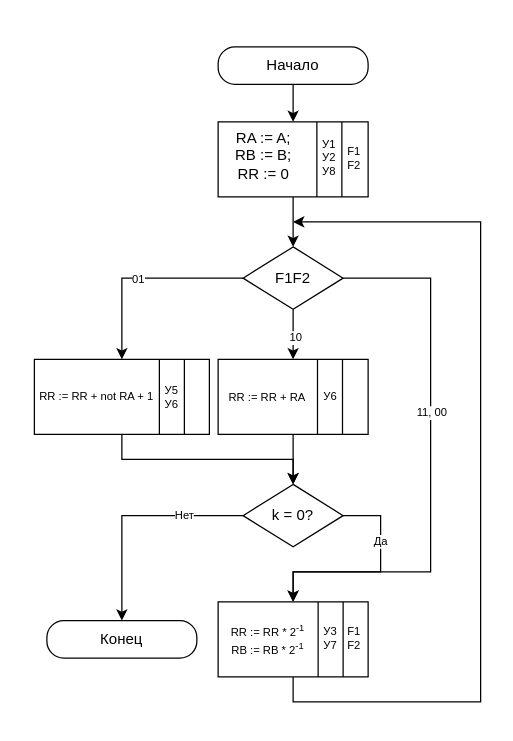
Before: draw.io/microOpDiagram.drawio in meyakovenkoj/processor-coursework, a draw.io diagram. Source tidied: cells renumbered, new cells numbered last; positions are measured from the earlier drawing's top-left corner, leaving out a move shared by most shapes. Both pictures are drawn from the tidied source at 125%, with x=0, y=0 at pixel (21, 46).
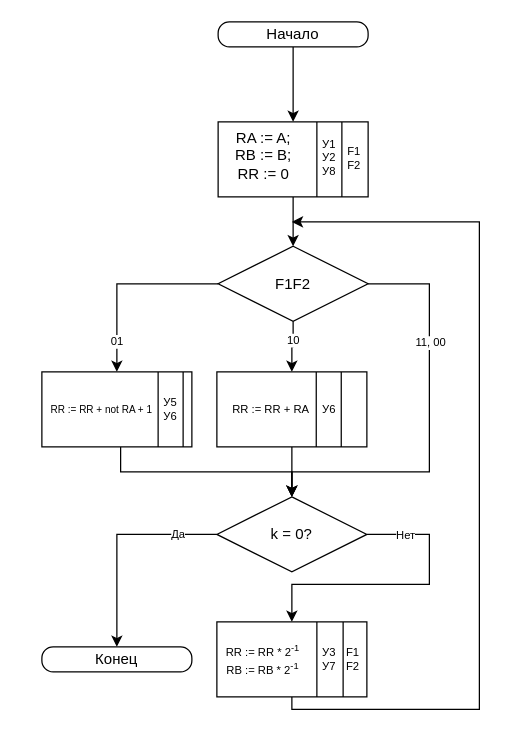
After the change.

The change refers to these unchanged cells:
```xml
<mxCell id="2" style="edgeStyle=orthogonalEdgeStyle;rounded=0;jettySize=auto;html=1;exitX=0;exitY=0.5;exitDx=0;exitDy=0;entryX=0.5;entryY=0;entryDx=0;entryDy=0;fontSize=9;" parent="1" edge="1" source="6" target="24">
  <mxGeometry relative="1" as="geometry" />
</mxCell>
<mxCell id="11" style="edgeStyle=orthogonalEdgeStyle;rounded=0;jettySize=auto;html=1;entryX=0.5;entryY=0;entryDx=0;entryDy=0;fontSize=9;" parent="1" edge="1" source="17" target="19">
  <mxGeometry relative="1" as="geometry" />
</mxCell>
<mxCell id="13" style="edgeStyle=orthogonalEdgeStyle;rounded=0;jettySize=auto;html=1;exitX=0.5;exitY=1;exitDx=0;exitDy=0;entryX=0.5;entryY=0;entryDx=0;entryDy=0;fontSize=9;" parent="1" edge="1" source="17" target="21">
  <mxGeometry relative="1" as="geometry" />
</mxCell>
```

Change to the diagram source:
```diff
@@
-    <mxCell id="3" value="Нет" style="text;html=1;align=center;verticalAlign=middle;labelBackgroundColor=#ffffff;fontSize=9;" parent="2" vertex="1">
+    <mxCell id="3" value="Да" style="text;html=1;align=center;verticalAlign=middle;labelBackgroundColor=#ffffff;fontSize=9;" parent="2" vertex="1">
       <mxGeometry x="-0.41" y="-1" relative="1" as="geometry">
-        <mxPoint x="5" as="offset" />
+        <mxPoint x="18.5" y="0.5" as="offset" />
       </mxGeometry>
     </mxCell>
     <mxCell id="4" style="edgeStyle=orthogonalEdgeStyle;rounded=0;jettySize=auto;html=1;exitX=1;exitY=0.5;exitDx=0;exitDy=0;entryX=0.5;entryY=0;entryDx=0;entryDy=0;fontSize=9;" parent="1" edge="1" source="6" target="23">
       <mxGeometry relative="1" as="geometry">
         <Array as="points">
-          <mxPoint x="287" y="375" />
-          <mxPoint x="287" y="420" />
-          <mxPoint x="217" y="420" />
+          <mxPoint x="326" y="390" />
+          <mxPoint x="326" y="430" />
+          <mxPoint x="216" y="430" />
         </Array>
       </mxGeometry>
     </mxCell>
-    <mxCell id="5" value="Да" style="text;html=1;align=center;verticalAlign=middle;labelBackgroundColor=#ffffff;fontSize=9;" parent="4" vertex="1">
-      <mxGeometry x="-0.41" y="-1" relative="1" as="geometry" />
+    <mxCell id="5" value="Нет" style="text;html=1;align=center;verticalAlign=middle;labelBackgroundColor=#ffffff;fontSize=9;" parent="4" vertex="1">
+      <mxGeometry x="-0.41" y="-1" relative="1" as="geometry">
+        <mxPoint x="-18.5" y="-18" as="offset" />
+      </mxGeometry>
     </mxCell>
     <mxCell id="6" style="rhombus;whiteSpace=wrap;html=1;" parent="1" vertex="1">
-      <mxGeometry x="177" y="350" width="80" height="50" as="geometry" />
+      <mxGeometry x="156" y="360" width="120" height="60" as="geometry" />
     </mxCell>
@@
     <mxCell id="8" value="Начало" style="rounded=1;whiteSpace=wrap;html=1;imageHeight=24;arcSize=45;" parent="1" vertex="1">
-      <mxGeometry x="157" width="120" height="30" as="geometry" />
+      <mxGeometry x="157" y="-20" width="120" height="20" as="geometry" />
     </mxCell>
@@
     <mxCell id="12" value="01" style="text;html=1;align=center;verticalAlign=middle;labelBackgroundColor=#ffffff;fontSize=9;" parent="11" vertex="1">
       <mxGeometry x="-0.25" relative="1" as="geometry">
-        <mxPoint x="-24" as="offset" />
+        <mxPoint x="-24.5" y="45.5" as="offset" />
       </mxGeometry>
     </mxCell>
@@
     <mxCell id="14" value="10" style="text;html=1;align=center;verticalAlign=middle;labelBackgroundColor=#ffffff;fontSize=9;" parent="13" vertex="1">
-      <mxGeometry x="0.08" y="1" relative="1" as="geometry" />
+      <mxGeometry x="0.08" y="1" relative="1" as="geometry">
+        <mxPoint x="-1" y="-6" as="offset" />
+      </mxGeometry>
     </mxCell>
-    <mxCell id="15" style="edgeStyle=orthogonalEdgeStyle;rounded=0;jettySize=auto;html=1;exitX=1;exitY=0.5;exitDx=0;exitDy=0;entryX=0.5;entryY=0;entryDx=0;entryDy=0;fontSize=9;" parent="1" edge="1" source="17" target="23">
+    <mxCell id="15" style="edgeStyle=orthogonalEdgeStyle;rounded=0;jettySize=auto;html=1;exitX=1;exitY=0.5;exitDx=0;exitDy=0;entryX=0.5;entryY=0;entryDx=0;entryDy=0;fontSize=9;" parent="1" edge="1" source="17" target="6">
       <mxGeometry relative="1" as="geometry">
         <Array as="points">
-          <mxPoint x="327" y="185" />
-          <mxPoint x="327" y="420" />
-          <mxPoint x="217" y="420" />
+          <mxPoint x="326" y="190" />
+          <mxPoint x="326" y="340" />
+          <mxPoint x="216" y="340" />
         </Array>
       </mxGeometry>
     </mxCell>
     <mxCell id="16" value="11, 00" style="text;html=1;align=center;verticalAlign=middle;labelBackgroundColor=#ffffff;fontSize=9;" parent="15" vertex="1">
       <mxGeometry x="-0.4" y="-45" relative="1" as="geometry">
-        <mxPoint x="45" y="45" as="offset" />
+        <mxPoint x="45.5" y="-3.5" as="offset" />
       </mxGeometry>
     </mxCell>
     <mxCell id="17" style="rhombus;whiteSpace=wrap;html=1;" parent="1" vertex="1">
-      <mxGeometry x="177" y="160" width="80" height="50" as="geometry" />
+      <mxGeometry x="157" y="159.5" width="120" height="60" as="geometry" />
     </mxCell>
-    <mxCell id="18" style="edgeStyle=orthogonalEdgeStyle;rounded=0;jettySize=auto;html=1;entryX=0.5;entryY=0;entryDx=0;entryDy=0;fontSize=9;" parent="1" edge="1" source="19" target="6">
+    <mxCell id="18" style="edgeStyle=orthogonalEdgeStyle;rounded=0;jettySize=auto;html=1;fontSize=9;" parent="1" edge="1" source="19" target="6">
       <mxGeometry relative="1" as="geometry">
         <Array as="points">
-          <mxPoint x="80" y="330" />
-          <mxPoint x="217" y="330" />
+          <mxPoint x="79" y="340" />
+          <mxPoint x="216" y="340" />
         </Array>
       </mxGeometry>
     </mxCell>
     <mxCell id="19" style="rounded=0;whiteSpace=wrap;html=1;" parent="1" vertex="1">
-      <mxGeometry x="10" y="250" width="140" height="60" as="geometry" />
+      <mxGeometry x="16" y="260" width="120" height="60" as="geometry" />
     </mxCell>
-    <mxCell id="20" style="edgeStyle=orthogonalEdgeStyle;rounded=0;jettySize=auto;html=1;fontSize=9;" parent="1" edge="1" source="21">
-      <mxGeometry relative="1" as="geometry">
-        <mxPoint x="217" y="350" as="targetPoint" />
-      </mxGeometry>
+    <mxCell id="20" style="edgeStyle=orthogonalEdgeStyle;rounded=0;jettySize=auto;html=1;fontSize=9;" parent="1" edge="1" source="21" target="6">
+      <mxGeometry relative="1" as="geometry" />
     </mxCell>
     <mxCell id="21" style="rounded=0;whiteSpace=wrap;html=1;" parent="1" vertex="1">
-      <mxGeometry x="157" y="250" width="120" height="60" as="geometry" />
+      <mxGeometry x="156" y="260" width="120" height="60" as="geometry" />
     </mxCell>
-    <mxCell id="22" style="edgeStyle=orthogonalEdgeStyle;rounded=0;jettySize=auto;html=1;exitX=0.5;exitY=1;exitDx=0;exitDy=0;fontSize=9;" parent="1" edge="1" source="23">
+    <mxCell id="22" style="edgeStyle=orthogonalEdgeStyle;rounded=0;jettySize=auto;html=1;fontSize=9;" parent="1" edge="1" source="23">
       <mxGeometry relative="1" as="geometry">
-        <mxPoint x="217" y="140" as="targetPoint" />
+        <mxPoint x="216" y="140" as="targetPoint" />
         <Array as="points">
-          <mxPoint x="217" y="524" />
-          <mxPoint x="367" y="524" />
-          <mxPoint x="367" y="140" />
+          <mxPoint x="216" y="530" />
+          <mxPoint x="366" y="530" />
+          <mxPoint x="366" y="140" />
         </Array>
       </mxGeometry>
     </mxCell>
     <mxCell id="23" style="rounded=0;whiteSpace=wrap;html=1;" parent="1" vertex="1">
-      <mxGeometry x="157" y="444" width="120" height="60" as="geometry" />
+      <mxGeometry x="156" y="460" width="120" height="60" as="geometry" />
     </mxCell>
     <mxCell id="24" value="Конец" style="rounded=1;whiteSpace=wrap;html=1;arcSize=45;" parent="1" vertex="1">
-      <mxGeometry x="20" y="459" width="120" height="30" as="geometry" />
+      <mxGeometry x="16" y="480" width="120" height="20" as="geometry" />
     </mxCell>
     <mxCell id="25" style="endArrow=none;html=1;exitX=0.583;exitY=1;exitDx=0;exitDy=0;exitPerimeter=0;" parent="1" edge="1">
       <mxGeometry relative="1" as="geometry">
-        <mxPoint x="110" y="310" as="sourcePoint" />
-        <mxPoint x="110" y="250" as="targetPoint" />
+        <mxPoint x="109" y="320" as="sourcePoint" />
+        <mxPoint x="109" y="260" as="targetPoint" />
       </mxGeometry>
     </mxCell>
     <mxCell id="26" style="endArrow=none;html=1;exitX=0.583;exitY=1;exitDx=0;exitDy=0;exitPerimeter=0;" parent="1" edge="1">
       <mxGeometry relative="1" as="geometry">
-        <mxPoint x="130" y="310" as="sourcePoint" />
-        <mxPoint x="130" y="250" as="targetPoint" />
+        <mxPoint x="129" y="320" as="sourcePoint" />
+        <mxPoint x="129" y="260" as="targetPoint" />
       </mxGeometry>
     </mxCell>
     <mxCell id="27" style="endArrow=none;html=1;exitX=0.583;exitY=1;exitDx=0;exitDy=0;exitPerimeter=0;" parent="1" edge="1">
       <mxGeometry relative="1" as="geometry">
-        <mxPoint x="236.5" y="310" as="sourcePoint" />
-        <mxPoint x="236.5" y="250" as="targetPoint" />
+        <mxPoint x="235.5" y="320" as="sourcePoint" />
+        <mxPoint x="235.5" y="260" as="targetPoint" />
       </mxGeometry>
     </mxCell>
     <mxCell id="28" style="endArrow=none;html=1;exitX=0.583;exitY=1;exitDx=0;exitDy=0;exitPerimeter=0;" parent="1" edge="1">
       <mxGeometry relative="1" as="geometry">
-        <mxPoint x="256.5" y="310" as="sourcePoint" />
-        <mxPoint x="256.5" y="250" as="targetPoint" />
+        <mxPoint x="255.5" y="320" as="sourcePoint" />
+        <mxPoint x="255.5" y="260" as="targetPoint" />
       </mxGeometry>
     </mxCell>
     <mxCell id="29" style="endArrow=none;html=1;exitX=0.583;exitY=1;exitDx=0;exitDy=0;exitPerimeter=0;" parent="1" edge="1">
       <mxGeometry relative="1" as="geometry">
-        <mxPoint x="237" y="504" as="sourcePoint" />
-        <mxPoint x="237" y="444" as="targetPoint" />
+        <mxPoint x="236" y="520" as="sourcePoint" />
+        <mxPoint x="236" y="460" as="targetPoint" />
       </mxGeometry>
     </mxCell>
     <mxCell id="30" style="endArrow=none;html=1;exitX=0.583;exitY=1;exitDx=0;exitDy=0;exitPerimeter=0;" parent="1" edge="1">
       <mxGeometry relative="1" as="geometry">
-        <mxPoint x="257" y="504" as="sourcePoint" />
-        <mxPoint x="257" y="444" as="targetPoint" />
+        <mxPoint x="257" y="520" as="sourcePoint" />
+        <mxPoint x="257" y="460" as="targetPoint" />
       </mxGeometry>
     </mxCell>
@@
     <mxCell id="34" value="F1F2" style="text;html=1;strokeColor=none;fillColor=none;align=center;verticalAlign=middle;whiteSpace=wrap;rounded=0;" parent="1" vertex="1">
-      <mxGeometry x="197" y="175" width="40" height="20" as="geometry" />
+      <mxGeometry x="197" y="179.5" width="40" height="20" as="geometry" />
     </mxCell>
     <mxCell id="35" value="k = 0?" style="text;html=1;strokeColor=none;fillColor=none;align=center;verticalAlign=middle;whiteSpace=wrap;rounded=0;" parent="1" vertex="1">
-      <mxGeometry x="197" y="365" width="40" height="20" as="geometry" />
+      <mxGeometry x="196" y="380" width="40" height="20" as="geometry" />
     </mxCell>
-    <mxCell id="36" value="RR := RR + not RA + 1" style="text;html=1;strokeColor=none;fillColor=none;align=center;verticalAlign=middle;whiteSpace=wrap;rounded=0;fontSize=9;" parent="1" vertex="1">
-      <mxGeometry y="257.5" width="120" height="45" as="geometry" />
+    <mxCell id="36" value="RR := RR + not RA + 1" style="text;html=1;strokeColor=none;fillColor=none;align=center;verticalAlign=middle;whiteSpace=wrap;rounded=0;fontSize=8;" parent="1" vertex="1">
+      <mxGeometry x="4" y="267.5" width="120" height="45" as="geometry" />
     </mxCell>
     <mxCell id="37" value="RR := RR + RA" style="text;html=1;strokeColor=none;fillColor=none;align=center;verticalAlign=middle;whiteSpace=wrap;rounded=0;fontSize=9;" parent="1" vertex="1">
-      <mxGeometry x="160" y="258" width="73" height="45" as="geometry" />
+      <mxGeometry x="163" y="267.5" width="73" height="45" as="geometry" />
     </mxCell>
     <mxCell id="38" value="RR := RR * 2&lt;sup&gt;-1&lt;br&gt;&lt;/sup&gt;RB := RB * 2&lt;sup&gt;-1&lt;br&gt;&lt;/sup&gt;" style="text;html=1;strokeColor=none;fillColor=none;align=center;verticalAlign=middle;whiteSpace=wrap;rounded=0;fontSize=9;" parent="1" vertex="1">
-      <mxGeometry x="137" y="451.5" width="120" height="45" as="geometry" />
+      <mxGeometry x="132.5" y="467.5" width="120" height="45" as="geometry" />
     </mxCell>
@@
     <mxCell id="41" value="У6" style="text;html=1;strokeColor=none;fillColor=none;align=center;verticalAlign=middle;whiteSpace=wrap;rounded=0;fontSize=9;" parent="1" vertex="1">
-      <mxGeometry x="242" y="270" width="10" height="20" as="geometry" />
+      <mxGeometry x="241" y="280" width="10" height="20" as="geometry" />
     </mxCell>
     <mxCell id="42" value="У5&lt;br&gt;У6" style="text;html=1;strokeColor=none;fillColor=none;align=center;verticalAlign=middle;whiteSpace=wrap;rounded=0;fontSize=9;" parent="1" vertex="1">
-      <mxGeometry x="115" y="270" width="10" height="20" as="geometry" />
+      <mxGeometry x="114" y="280" width="10" height="20" as="geometry" />
     </mxCell>
     <mxCell id="43" value="У3&lt;br&gt;У7" style="text;html=1;strokeColor=none;fillColor=none;align=center;verticalAlign=middle;whiteSpace=wrap;rounded=0;fontSize=9;" parent="1" vertex="1">
-      <mxGeometry x="242" y="463" width="10" height="20" as="geometry" />
+      <mxGeometry x="241" y="480" width="10" height="20" as="geometry" />
     </mxCell>
     <mxCell id="44" value="F1&lt;br&gt;F2" style="text;html=1;strokeColor=none;fillColor=none;align=center;verticalAlign=middle;whiteSpace=wrap;rounded=0;fontSize=9;" parent="1" vertex="1">
-      <mxGeometry x="261" y="463" width="10" height="20" as="geometry" />
+      <mxGeometry x="260" y="480" width="10" height="20" as="geometry" />
     </mxCell>
```
